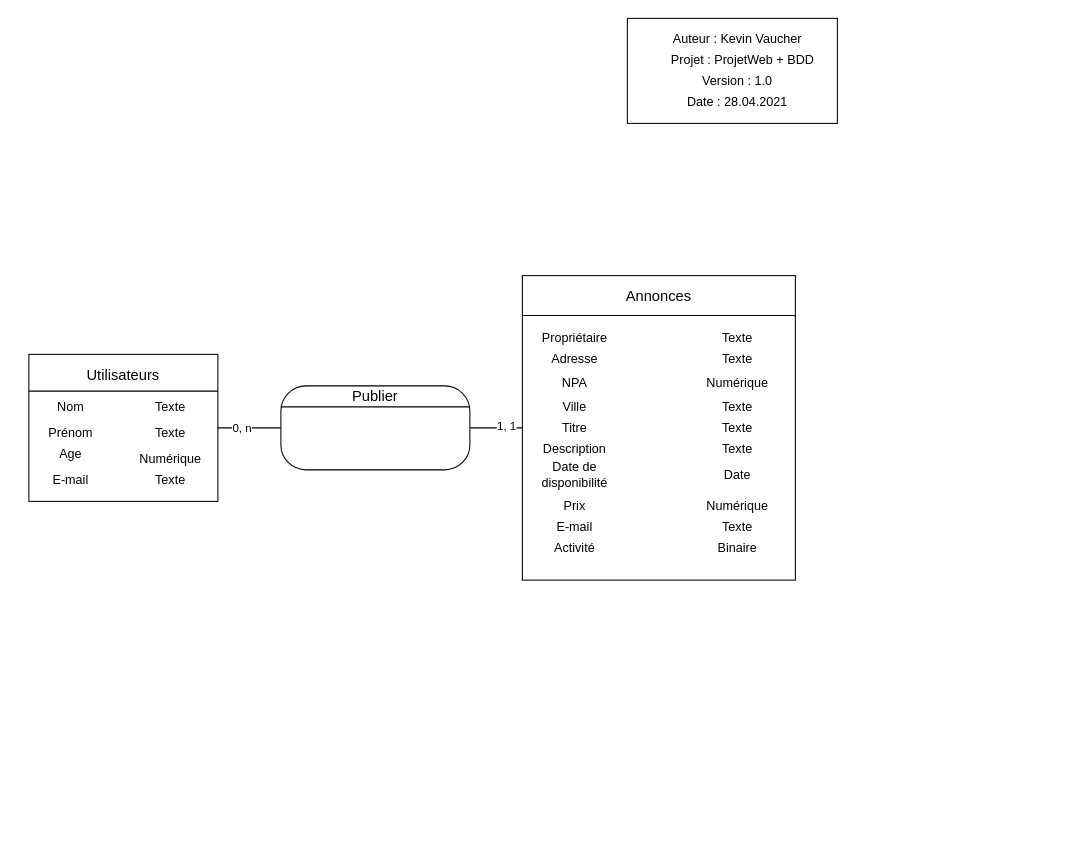
Before: Documentation/MCD_KVR-SGI-ISC-ENR.drawio in enzononnenmacher/WEB-BD, a draw.io diagram. Source tidied: cells renumbered, new cells numbered last; positions are measured from the earlier drawing's top-left corner, leaving out a move shared by most shapes. Both pictures are drawn from the tidied source at 105%, with x=0, y=0 at pixel (28, 18).
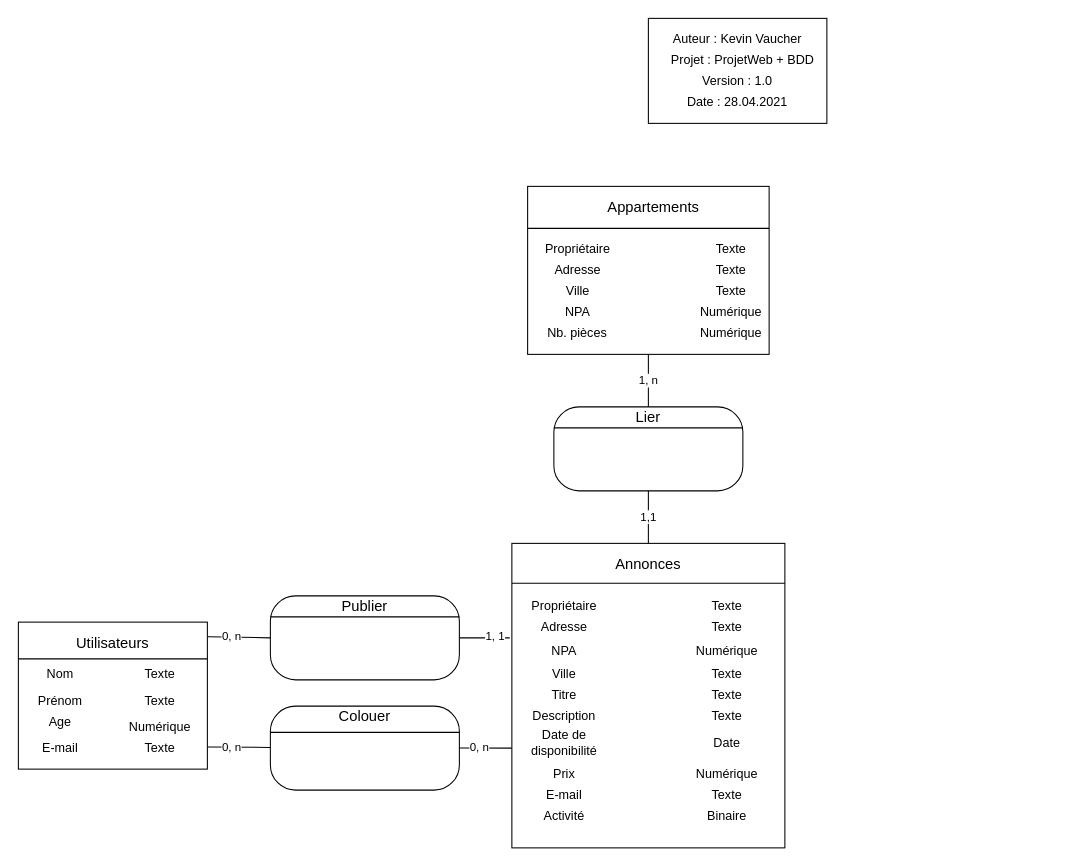
The same page after the edit.

Unchanged cells that the change refers to:
```xml
<mxCell id="3" style="group;" parent="2" vertex="1">
  <mxGeometry width="407.5" height="290" as="geometry" />
</mxCell>
<mxCell id="11" style="group;" parent="10" vertex="1">
  <mxGeometry width="260" height="290" as="geometry" />
</mxCell>
<mxCell id="12" style="rounded=0;whiteSpace=wrap;html=1;" parent="11" vertex="1">
  <mxGeometry width="260" height="290" as="geometry" />
</mxCell>
<mxCell id="61" style="group;" parent="60" vertex="1">
  <mxGeometry width="180" height="140" as="geometry" />
</mxCell>
<mxCell id="62" style="rounded=0;whiteSpace=wrap;html=1;" parent="61" vertex="1">
  <mxGeometry width="180" height="140" as="geometry" />
</mxCell>
```

The edit, as a diff of the source:
```diff
@@
-    <mxCell id="4" style="group;" parent="3" vertex="1">
-      <mxGeometry width="407.5" height="290" as="geometry" />
-    </mxCell>
-    <mxCell id="5" style="group;" parent="4" vertex="1">
-      <mxGeometry width="407.5" height="290" as="geometry" />
-    </mxCell>
+    <mxCell id="36" style="endArrow=none;html=1;entryX=1;entryY=0.5;entryDx=0;entryDy=0;" parent="1" edge="1" target="41">
+      <mxGeometry relative="1" as="geometry">
+        <mxPoint x="458" y="590" as="sourcePoint" />
+      </mxGeometry>
+    </mxCell>
+    <mxCell id="37" value="1, 1" style="edgeLabel;html=1;align=center;verticalAlign=middle;" parent="36" vertex="1">
+      <mxGeometry x="-0.38" y="-2" relative="1" as="geometry" />
+    </mxCell>
+    <mxCell id="38" style="endArrow=none;html=1;exitX=0;exitY=0.5;exitDx=0;exitDy=0;entryX=1.003;entryY=0.099;entryDx=0;entryDy=0;entryPerimeter=0;" parent="1" edge="1" source="41" target="62">
+      <mxGeometry relative="1" as="geometry" />
+    </mxCell>
+    <mxCell id="39" value="0, n" style="edgeLabel;html=1;align=center;verticalAlign=middle;" parent="38" vertex="1">
+      <mxGeometry x="0.27" y="-1" relative="1" as="geometry" />
+    </mxCell>
+    <mxCell id="44" style="group;" parent="1" vertex="1">
+      <mxGeometry x="570" width="290" height="110" as="geometry" />
+    </mxCell>
+    <mxCell id="45" style="group;" parent="44" vertex="1">
+      <mxGeometry width="290" height="110" as="geometry" />
+    </mxCell>
+    <mxCell id="46" style="group;" parent="45" vertex="1">
+      <mxGeometry width="290" height="110" as="geometry" />
+    </mxCell>
+    <mxCell id="47" style="group;" parent="46" vertex="1">
+      <mxGeometry width="290" height="110" as="geometry" />
+    </mxCell>
+    <mxCell id="48" style="group;" parent="47" vertex="1">
+      <mxGeometry width="290" height="110" as="geometry" />
+    </mxCell>
+    <mxCell id="49" style="rounded=0;whiteSpace=wrap;html=1;" parent="48" vertex="1">
+      <mxGeometry x="20" width="170" height="100" as="geometry" />
+    </mxCell>
+    <mxCell id="50" value="Auteur : Kevin Vaucher" style="text;html=1;strokeColor=none;fillColor=none;align=center;verticalAlign=middle;whiteSpace=wrap;rounded=0;" parent="48" vertex="1">
+      <mxGeometry x="40" y="10" width="130" height="20" as="geometry" />
+    </mxCell>
+    <mxCell id="51" value="Projet : ProjetWeb + BDD" style="text;html=1;strokeColor=none;fillColor=none;align=center;verticalAlign=middle;whiteSpace=wrap;rounded=0;" parent="48" vertex="1">
+      <mxGeometry x="40" y="30" width="140" height="20" as="geometry" />
+    </mxCell>
+    <mxCell id="52" value="Version : 1.0" style="text;html=1;strokeColor=none;fillColor=none;align=center;verticalAlign=middle;whiteSpace=wrap;rounded=0;" parent="48" vertex="1">
+      <mxGeometry x="65" y="50" width="80" height="20" as="geometry" />
+    </mxCell>
+    <mxCell id="53" value="Date : 28.04.2021" style="text;html=1;strokeColor=none;fillColor=none;align=center;verticalAlign=middle;whiteSpace=wrap;rounded=0;" parent="48" vertex="1">
+      <mxGeometry x="55" y="70" width="100" height="20" as="geometry" />
+    </mxCell>
-    <mxCell id="6" style="group;" parent="5" vertex="1">
-      <mxGeometry x="-100" y="-135" width="260" height="290" as="geometry" />
+    <mxCell id="6" style="group;" parent="1" vertex="1">
+      <mxGeometry x="460" y="500" width="260" height="290" as="geometry" />
     </mxCell>
@@
-    <mxCell id="17" value="Texte" style="text;html=1;strokeColor=none;fillColor=none;align=center;verticalAlign=middle;whiteSpace=wrap;rounded=0;" parent="11" vertex="1">
-      <mxGeometry x="180" y="50" width="50" height="20" as="geometry" />
-    </mxCell>
@@
-    <mxCell id="36" style="endArrow=none;html=1;entryX=1;entryY=0.5;entryDx=0;entryDy=0;exitX=0;exitY=0.5;exitDx=0;exitDy=0;" parent="1" edge="1" source="12" target="41">
-      <mxGeometry relative="1" as="geometry" />
-    </mxCell>
-    <mxCell id="37" value="1, 1" style="edgeLabel;html=1;align=center;verticalAlign=middle;" parent="36" vertex="1">
-      <mxGeometry x="-0.38" y="-2" relative="1" as="geometry" />
-    </mxCell>
-    <mxCell id="38" style="endArrow=none;html=1;entryX=1;entryY=0.5;entryDx=0;entryDy=0;exitX=0;exitY=0.5;exitDx=0;exitDy=0;" parent="1" edge="1" source="41" target="62">
-      <mxGeometry relative="1" as="geometry" />
-    </mxCell>
-    <mxCell id="39" value="0, n" style="edgeLabel;html=1;align=center;verticalAlign=middle;" parent="38" vertex="1">
-      <mxGeometry x="0.27" y="-1" relative="1" as="geometry" />
-    </mxCell>
-    <mxCell id="40" style="group;" parent="1" vertex="1">
-      <mxGeometry x="240" y="350" width="180" height="80" as="geometry" />
-    </mxCell>
-    <mxCell id="41" style="rounded=1;whiteSpace=wrap;html=1;arcSize=30;" parent="40" vertex="1">
-      <mxGeometry width="180" height="80" as="geometry" />
-    </mxCell>
-    <mxCell id="42" style="endArrow=none;html=1;entryX=0;entryY=0.25;entryDx=0;entryDy=0;exitX=1;exitY=0.25;exitDx=0;exitDy=0;" parent="40" edge="1" source="41" target="41">
-      <mxGeometry relative="1" as="geometry" />
-    </mxCell>
-    <mxCell id="43" value="&lt;font style=&quot;font-size: 14px&quot;&gt;Publier&lt;/font&gt;" style="text;html=1;strokeColor=none;fillColor=none;align=center;verticalAlign=middle;whiteSpace=wrap;rounded=0;" parent="40" vertex="1">
-      <mxGeometry x="65" width="50" height="20" as="geometry" />
-    </mxCell>
-    <mxCell id="44" style="group;" parent="1" vertex="1">
-      <mxGeometry x="570" width="290" height="110" as="geometry" />
-    </mxCell>
-    <mxCell id="45" style="group;" parent="44" vertex="1">
-      <mxGeometry width="290" height="110" as="geometry" />
-    </mxCell>
-    <mxCell id="46" style="group;" parent="45" vertex="1">
-      <mxGeometry width="290" height="110" as="geometry" />
-    </mxCell>
-    <mxCell id="47" style="group;" parent="46" vertex="1">
-      <mxGeometry width="290" height="110" as="geometry" />
-    </mxCell>
-    <mxCell id="48" style="group;" parent="47" vertex="1">
-      <mxGeometry width="290" height="110" as="geometry" />
-    </mxCell>
-    <mxCell id="49" style="rounded=0;whiteSpace=wrap;html=1;" parent="48" vertex="1">
-      <mxGeometry width="200" height="100" as="geometry" />
-    </mxCell>
-    <mxCell id="50" value="Auteur : Kevin Vaucher" style="text;html=1;strokeColor=none;fillColor=none;align=center;verticalAlign=middle;whiteSpace=wrap;rounded=0;" parent="48" vertex="1">
-      <mxGeometry x="40" y="10" width="130" height="20" as="geometry" />
-    </mxCell>
-    <mxCell id="51" value="Projet : ProjetWeb + BDD" style="text;html=1;strokeColor=none;fillColor=none;align=center;verticalAlign=middle;whiteSpace=wrap;rounded=0;" parent="48" vertex="1">
-      <mxGeometry x="40" y="30" width="140" height="20" as="geometry" />
-    </mxCell>
-    <mxCell id="52" value="Version : 1.0" style="text;html=1;strokeColor=none;fillColor=none;align=center;verticalAlign=middle;whiteSpace=wrap;rounded=0;" parent="48" vertex="1">
-      <mxGeometry x="65" y="50" width="80" height="20" as="geometry" />
-    </mxCell>
-    <mxCell id="53" value="Date : 28.04.2021" style="text;html=1;strokeColor=none;fillColor=none;align=center;verticalAlign=middle;whiteSpace=wrap;rounded=0;" parent="48" vertex="1">
-      <mxGeometry x="55" y="70" width="100" height="20" as="geometry" />
-    </mxCell>
+    <mxCell id="73" value="Texte" style="text;html=1;strokeColor=none;fillColor=none;align=center;verticalAlign=middle;whiteSpace=wrap;rounded=0;" parent="11" vertex="1">
+      <mxGeometry x="185" y="50" width="40" height="20" as="geometry" />
+    </mxCell>
+    <mxCell id="74" style="group;" parent="1" vertex="1">
+      <mxGeometry x="-10" y="575" width="180" height="140" as="geometry" />
+    </mxCell>
+    <mxCell id="75" style="group;" parent="74" vertex="1">
+      <mxGeometry width="180" height="140" as="geometry" />
+    </mxCell>
-    <mxCell id="54" style="group;" parent="1" vertex="1">
-      <mxGeometry y="320" width="180" height="140" as="geometry" />
+    <mxCell id="54" style="group;" parent="75" vertex="1">
+      <mxGeometry width="180" height="140" as="geometry" />
     </mxCell>
@@
+    <mxCell id="66" style="endArrow=none;html=1;entryX=0;entryY=0.25;entryDx=0;entryDy=0;exitX=1;exitY=0.25;exitDx=0;exitDy=0;" parent="61" edge="1" source="62" target="62">
+      <mxGeometry relative="1" as="geometry" />
+    </mxCell>
+    <mxCell id="76" style="group;" parent="61" vertex="1">
+      <mxGeometry x="15" y="10" width="145" height="120" as="geometry" />
+    </mxCell>
-    <mxCell id="63" value="Nom" style="text;html=1;strokeColor=none;fillColor=none;align=center;verticalAlign=middle;whiteSpace=wrap;rounded=0;" parent="61" vertex="1">
-      <mxGeometry x="20" y="40" width="40" height="20" as="geometry" />
+    <mxCell id="63" value="Nom" style="text;html=1;strokeColor=none;fillColor=none;align=center;verticalAlign=middle;whiteSpace=wrap;rounded=0;" parent="76" vertex="1">
+      <mxGeometry x="5" y="30" width="40" height="20" as="geometry" />
     </mxCell>
-    <mxCell id="64" value="Prénom" style="text;html=1;strokeColor=none;fillColor=none;align=center;verticalAlign=middle;whiteSpace=wrap;rounded=0;" parent="61" vertex="1">
-      <mxGeometry x="15" y="65" width="50" height="20" as="geometry" />
+    <mxCell id="64" value="Prénom" style="text;html=1;strokeColor=none;fillColor=none;align=center;verticalAlign=middle;whiteSpace=wrap;rounded=0;" parent="76" vertex="1">
+      <mxGeometry y="55" width="50" height="20" as="geometry" />
     </mxCell>
-    <mxCell id="65" value="Age" style="text;html=1;strokeColor=none;fillColor=none;align=center;verticalAlign=middle;whiteSpace=wrap;rounded=0;" parent="61" vertex="1">
-      <mxGeometry x="15" y="85" width="50" height="20" as="geometry" />
+    <mxCell id="65" value="Age" style="text;html=1;strokeColor=none;fillColor=none;align=center;verticalAlign=middle;whiteSpace=wrap;rounded=0;" parent="76" vertex="1">
+      <mxGeometry y="75" width="50" height="20" as="geometry" />
     </mxCell>
-    <mxCell id="66" style="endArrow=none;html=1;entryX=0;entryY=0.25;entryDx=0;entryDy=0;exitX=1;exitY=0.25;exitDx=0;exitDy=0;" parent="61" edge="1" source="62" target="62">
-      <mxGeometry relative="1" as="geometry" />
-    </mxCell>
-    <mxCell id="67" value="E-mail" style="text;html=1;strokeColor=none;fillColor=none;align=center;verticalAlign=middle;whiteSpace=wrap;rounded=0;" parent="61" vertex="1">
-      <mxGeometry x="15" y="110" width="50" height="20" as="geometry" />
+    <mxCell id="67" value="E-mail" style="text;html=1;strokeColor=none;fillColor=none;align=center;verticalAlign=middle;whiteSpace=wrap;rounded=0;" parent="76" vertex="1">
+      <mxGeometry y="100" width="50" height="20" as="geometry" />
     </mxCell>
-    <mxCell id="68" value="Texte" style="text;html=1;strokeColor=none;fillColor=none;align=center;verticalAlign=middle;whiteSpace=wrap;rounded=0;" parent="61" vertex="1">
-      <mxGeometry x="110" y="40" width="50" height="20" as="geometry" />
+    <mxCell id="68" value="Texte" style="text;html=1;strokeColor=none;fillColor=none;align=center;verticalAlign=middle;whiteSpace=wrap;rounded=0;" parent="76" vertex="1">
+      <mxGeometry x="95" y="30" width="50" height="20" as="geometry" />
     </mxCell>
-    <mxCell id="69" value="Texte" style="text;html=1;strokeColor=none;fillColor=none;align=center;verticalAlign=middle;whiteSpace=wrap;rounded=0;" parent="61" vertex="1">
-      <mxGeometry x="110" y="65" width="50" height="20" as="geometry" />
+    <mxCell id="69" value="Texte" style="text;html=1;strokeColor=none;fillColor=none;align=center;verticalAlign=middle;whiteSpace=wrap;rounded=0;" parent="76" vertex="1">
+      <mxGeometry x="95" y="55" width="50" height="20" as="geometry" />
     </mxCell>
-    <mxCell id="70" value="Numérique" style="text;html=1;strokeColor=none;fillColor=none;align=center;verticalAlign=middle;whiteSpace=wrap;rounded=0;" parent="61" vertex="1">
-      <mxGeometry x="110" y="90" width="50" height="20" as="geometry" />
+    <mxCell id="70" value="Numérique" style="text;html=1;strokeColor=none;fillColor=none;align=center;verticalAlign=middle;whiteSpace=wrap;rounded=0;" parent="76" vertex="1">
+      <mxGeometry x="95" y="80" width="50" height="20" as="geometry" />
     </mxCell>
-    <mxCell id="71" value="Texte" style="text;html=1;strokeColor=none;fillColor=none;align=center;verticalAlign=middle;whiteSpace=wrap;rounded=0;" parent="61" vertex="1">
-      <mxGeometry x="110" y="110" width="50" height="20" as="geometry" />
+    <mxCell id="71" value="Texte" style="text;html=1;strokeColor=none;fillColor=none;align=center;verticalAlign=middle;whiteSpace=wrap;rounded=0;" parent="76" vertex="1">
+      <mxGeometry x="95" y="100" width="50" height="20" as="geometry" />
     </mxCell>
-    <mxCell id="72" value="&lt;font style=&quot;font-size: 14px&quot;&gt;Utilisateurs&lt;/font&gt;" style="text;html=1;strokeColor=none;fillColor=none;align=center;verticalAlign=middle;whiteSpace=wrap;rounded=0;" parent="61" vertex="1">
-      <mxGeometry x="65" y="10" width="50" height="20" as="geometry" />
+    <mxCell id="72" value="&lt;font style=&quot;font-size: 14px&quot;&gt;Utilisateurs&lt;/font&gt;" style="text;html=1;strokeColor=none;fillColor=none;align=center;verticalAlign=middle;whiteSpace=wrap;rounded=0;" parent="76" vertex="1">
+      <mxGeometry x="50" width="50" height="20" as="geometry" />
     </mxCell>
+    <mxCell id="77" style="group;" parent="1" vertex="1">
+      <mxGeometry x="480" y="160" width="230" height="160" as="geometry" />
+    </mxCell>
+    <mxCell id="78" style="group;" parent="77" vertex="1">
+      <mxGeometry width="230" height="160" as="geometry" />
+    </mxCell>
+    <mxCell id="79" style="rounded=0;whiteSpace=wrap;html=1;" parent="78" vertex="1">
+      <mxGeometry x="-5" width="230" height="160" as="geometry" />
+    </mxCell>
+    <mxCell id="80" style="endArrow=none;html=1;exitX=0;exitY=0.25;exitDx=0;exitDy=0;entryX=1;entryY=0.25;entryDx=0;entryDy=0;" parent="78" edge="1" source="79" target="79">
+      <mxGeometry relative="1" as="geometry" />
+    </mxCell>
+    <mxCell id="81" value="&lt;span style=&quot;font-size: 14px&quot;&gt;Appartements&lt;/span&gt;" style="text;html=1;strokeColor=none;fillColor=none;align=center;verticalAlign=middle;whiteSpace=wrap;rounded=0;" parent="78" vertex="1">
+      <mxGeometry x="90" y="10" width="50" height="20" as="geometry" />
+    </mxCell>
+    <mxCell id="82" value="Propriétaire" style="text;html=1;strokeColor=none;fillColor=none;align=center;verticalAlign=middle;whiteSpace=wrap;rounded=0;" parent="78" vertex="1">
+      <mxGeometry x="22.5" y="50" width="40" height="20" as="geometry" />
+    </mxCell>
+    <mxCell id="17" value="Texte" style="text;html=1;strokeColor=none;fillColor=none;align=center;verticalAlign=middle;whiteSpace=wrap;rounded=0;" parent="78" vertex="1">
+      <mxGeometry x="164" y="50" width="50" height="20" as="geometry" />
+    </mxCell>
+    <mxCell id="83" value="Adresse" style="text;html=1;strokeColor=none;fillColor=none;align=center;verticalAlign=middle;whiteSpace=wrap;rounded=0;" parent="78" vertex="1">
+      <mxGeometry x="17.5" y="70" width="50" height="20" as="geometry" />
+    </mxCell>
+    <mxCell id="84" value="Ville" style="text;html=1;strokeColor=none;fillColor=none;align=center;verticalAlign=middle;whiteSpace=wrap;rounded=0;" parent="78" vertex="1">
+      <mxGeometry x="17.5" y="90" width="50" height="20" as="geometry" />
+    </mxCell>
+    <mxCell id="85" value="Texte" style="text;html=1;strokeColor=none;fillColor=none;align=center;verticalAlign=middle;whiteSpace=wrap;rounded=0;" parent="78" vertex="1">
+      <mxGeometry x="164" y="70" width="50" height="20" as="geometry" />
+    </mxCell>
+    <mxCell id="86" value="Texte" style="text;html=1;strokeColor=none;fillColor=none;align=center;verticalAlign=middle;whiteSpace=wrap;rounded=0;" parent="78" vertex="1">
+      <mxGeometry x="164" y="90" width="50" height="20" as="geometry" />
+    </mxCell>
+    <mxCell id="87" value="Numérique" style="text;html=1;strokeColor=none;fillColor=none;align=center;verticalAlign=middle;whiteSpace=wrap;rounded=0;" parent="78" vertex="1">
+      <mxGeometry x="164" y="130" width="50" height="20" as="geometry" />
+    </mxCell>
+    <mxCell id="88" value="Nb. pièces" style="text;html=1;strokeColor=none;fillColor=none;align=center;verticalAlign=middle;whiteSpace=wrap;rounded=0;" parent="78" vertex="1">
+      <mxGeometry x="10" y="130" width="65" height="20" as="geometry" />
+    </mxCell>
+    <mxCell id="89" value="NPA" style="text;html=1;strokeColor=none;fillColor=none;align=center;verticalAlign=middle;whiteSpace=wrap;rounded=0;" parent="78" vertex="1">
+      <mxGeometry x="17.5" y="110" width="50" height="20" as="geometry" />
+    </mxCell>
+    <mxCell id="90" value="Numérique" style="text;html=1;strokeColor=none;fillColor=none;align=center;verticalAlign=middle;whiteSpace=wrap;rounded=0;" parent="78" vertex="1">
+      <mxGeometry x="164" y="110" width="50" height="20" as="geometry" />
+    </mxCell>
+    <mxCell id="91" style="group;" parent="1" vertex="1">
+      <mxGeometry x="500" y="370" width="180" height="80" as="geometry" />
+    </mxCell>
+    <mxCell id="92" style="rounded=1;whiteSpace=wrap;html=1;arcSize=30;" parent="91" vertex="1">
+      <mxGeometry width="180" height="80" as="geometry" />
+    </mxCell>
+    <mxCell id="93" style="endArrow=none;html=1;entryX=0;entryY=0.25;entryDx=0;entryDy=0;exitX=1;exitY=0.25;exitDx=0;exitDy=0;" parent="91" edge="1" source="92" target="92">
+      <mxGeometry relative="1" as="geometry" />
+    </mxCell>
+    <mxCell id="94" value="&lt;span style=&quot;font-size: 14px&quot;&gt;Lier&lt;/span&gt;" style="text;html=1;strokeColor=none;fillColor=none;align=center;verticalAlign=middle;whiteSpace=wrap;rounded=0;" parent="91" vertex="1">
+      <mxGeometry x="65" width="50" height="20" as="geometry" />
+    </mxCell>
+    <mxCell id="95" value="1, n" style="endArrow=none;html=1;entryX=0.5;entryY=1;entryDx=0;entryDy=0;exitX=0.5;exitY=0;exitDx=0;exitDy=0;" parent="1" edge="1" source="94" target="79">
+      <mxGeometry relative="1" as="geometry" />
+    </mxCell>
+    <mxCell id="96" value="1,1" style="endArrow=none;html=1;entryX=0.5;entryY=0;entryDx=0;entryDy=0;exitX=0.5;exitY=1;exitDx=0;exitDy=0;" parent="1" edge="1" source="92" target="12">
+      <mxGeometry relative="1" as="geometry" />
+    </mxCell>
+    <mxCell id="41" style="rounded=1;whiteSpace=wrap;html=1;arcSize=30;" parent="1" vertex="1">
+      <mxGeometry x="230" y="550" width="180" height="80" as="geometry" />
+    </mxCell>
+    <mxCell id="42" style="endArrow=none;html=1;entryX=0;entryY=0.25;entryDx=0;entryDy=0;exitX=1;exitY=0.25;exitDx=0;exitDy=0;" parent="1" edge="1" source="41" target="41">
+      <mxGeometry relative="1" as="geometry" />
+    </mxCell>
+    <mxCell id="43" value="&lt;font style=&quot;font-size: 14px&quot;&gt;Publier&lt;/font&gt;" style="text;html=1;strokeColor=none;fillColor=none;align=center;verticalAlign=middle;whiteSpace=wrap;rounded=0;" parent="1" vertex="1">
+      <mxGeometry x="295" y="550" width="50" height="20" as="geometry" />
+    </mxCell>
+    <mxCell id="97" style="rounded=1;whiteSpace=wrap;html=1;arcSize=30;" parent="1" vertex="1">
+      <mxGeometry x="230" y="655" width="180" height="80" as="geometry" />
+    </mxCell>
+    <mxCell id="98" style="endArrow=none;html=1;entryX=0;entryY=0.25;entryDx=0;entryDy=0;exitX=1;exitY=0.25;exitDx=0;exitDy=0;" parent="1" edge="1">
+      <mxGeometry relative="1" as="geometry">
+        <mxPoint x="410" y="680" as="sourcePoint" />
+        <mxPoint x="230" y="680" as="targetPoint" />
+      </mxGeometry>
+    </mxCell>
+    <mxCell id="99" value="&lt;span style=&quot;font-size: 14px&quot;&gt;Colouer&lt;/span&gt;" style="text;html=1;strokeColor=none;fillColor=none;align=center;verticalAlign=middle;whiteSpace=wrap;rounded=0;" parent="1" vertex="1">
+      <mxGeometry x="295" y="655" width="50" height="20" as="geometry" />
+    </mxCell>
+    <mxCell id="100" style="endArrow=none;html=1;entryX=1.001;entryY=0.849;entryDx=0;entryDy=0;entryPerimeter=0;" parent="1" edge="1" source="97" target="62">
+      <mxGeometry relative="1" as="geometry" />
+    </mxCell>
+    <mxCell id="101" value="0, n" style="edgeLabel;html=1;align=center;verticalAlign=middle;" parent="100" vertex="1">
+      <mxGeometry x="0.27" y="-1" relative="1" as="geometry" />
+    </mxCell>
+    <mxCell id="102" style="endArrow=none;html=1;entryX=0.997;entryY=0.034;entryDx=0;entryDy=0;entryPerimeter=0;" parent="1" edge="1">
+      <mxGeometry relative="1" as="geometry">
+        <mxPoint x="460" y="695" as="sourcePoint" />
+        <mxPoint x="410" y="694.8" as="targetPoint" />
+      </mxGeometry>
+    </mxCell>
+    <mxCell id="103" value="0, n" style="edgeLabel;html=1;align=center;verticalAlign=middle;" parent="102" vertex="1">
+      <mxGeometry x="0.27" y="-1" relative="1" as="geometry" />
+    </mxCell>
```
